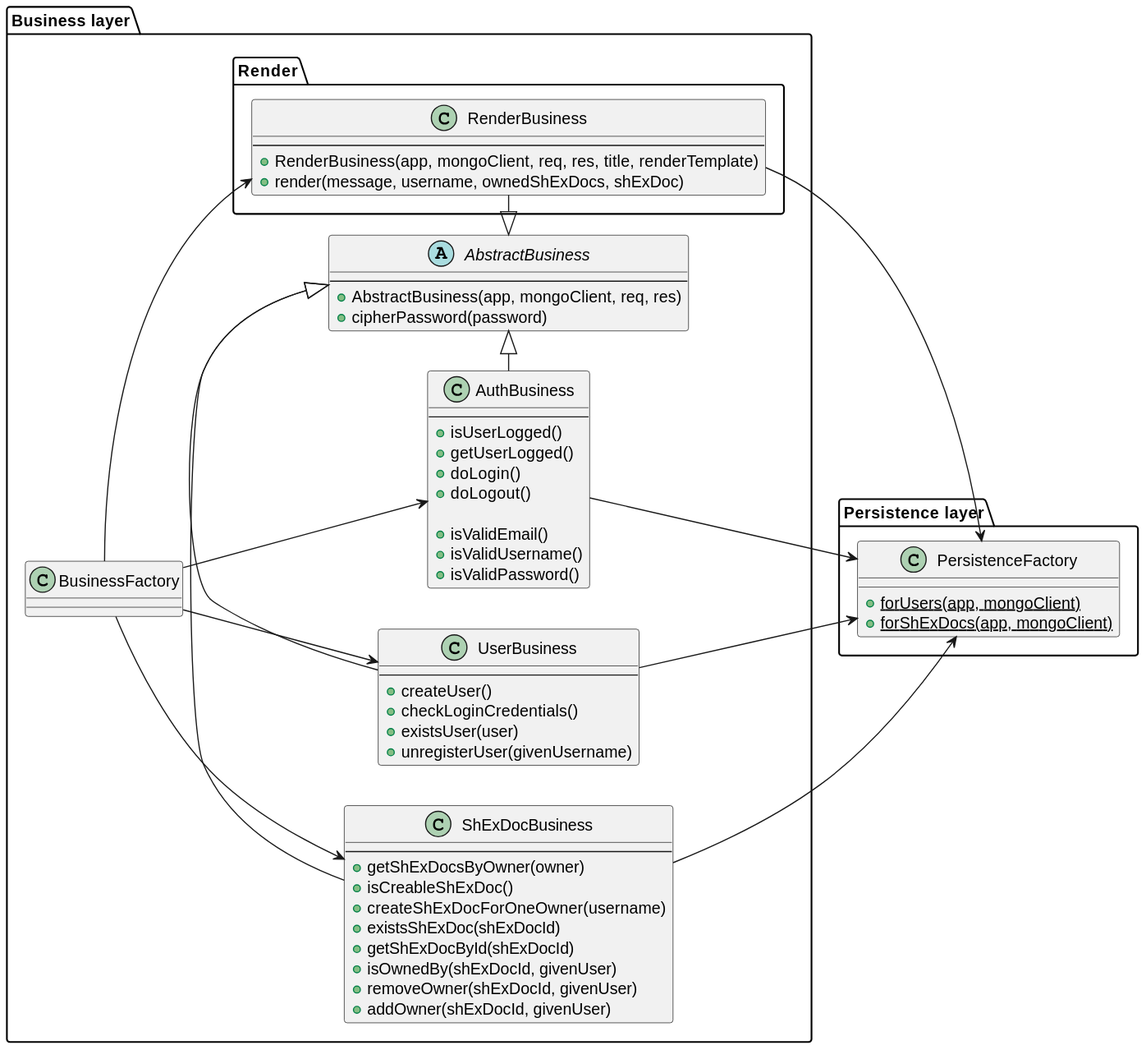
ialnavy/ShareYASHE keeps this PlantUML diagram as diagrams/ShareYASHE - Classes structure - Business layer.svg. Above is the earlier version.
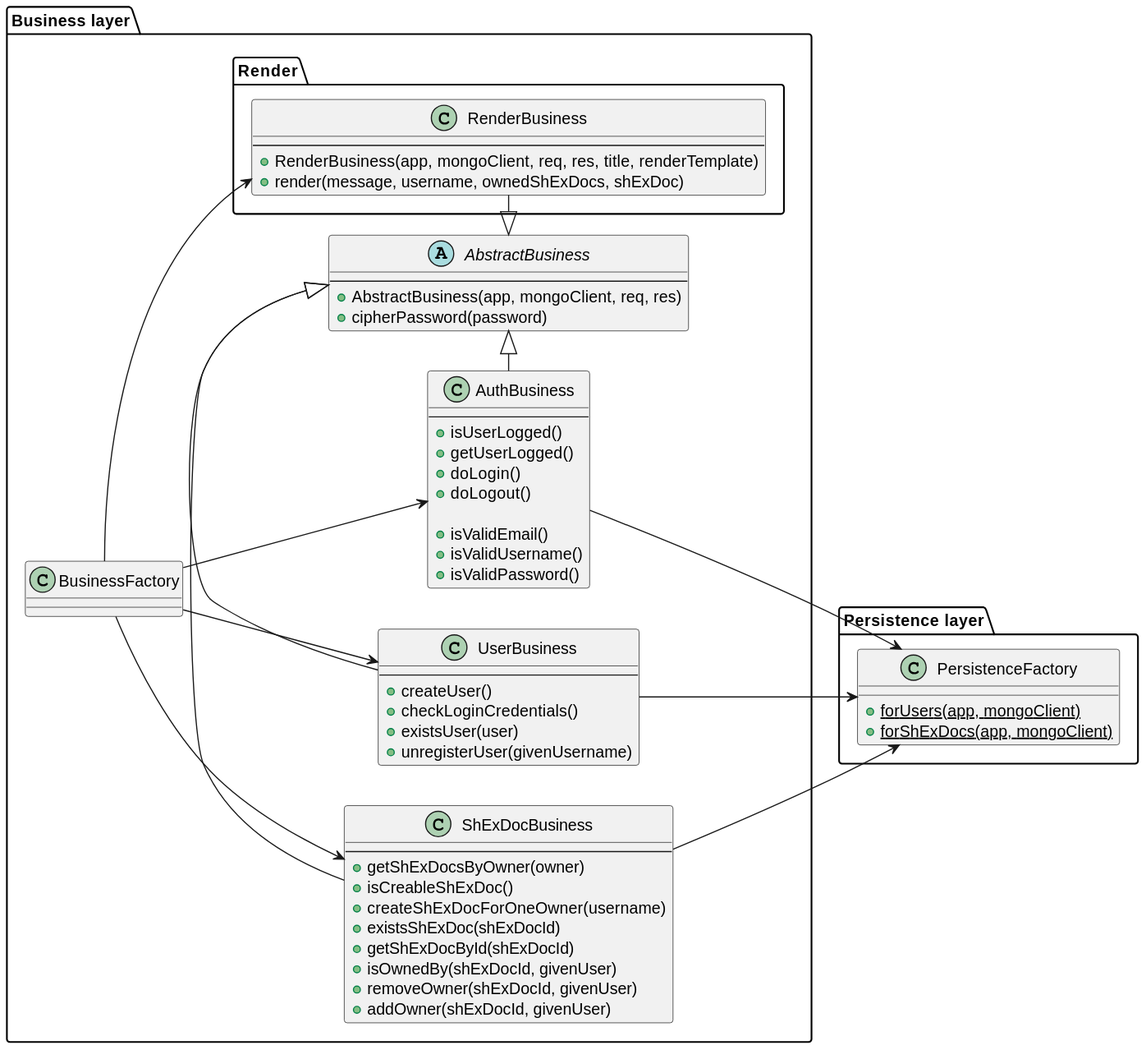
Later version of the same file.

Commit message:
Errata Business layer diagram

Change to the diagram source:
```diff
@@ -67,6 +67,5 @@
 shExDocBusiness --> persistenceFactory
 userBusiness --> persistenceFactory
 authBusiness --> persistenceFactory
-renderBusiness --> persistenceFactory
 
 @enduml
```
